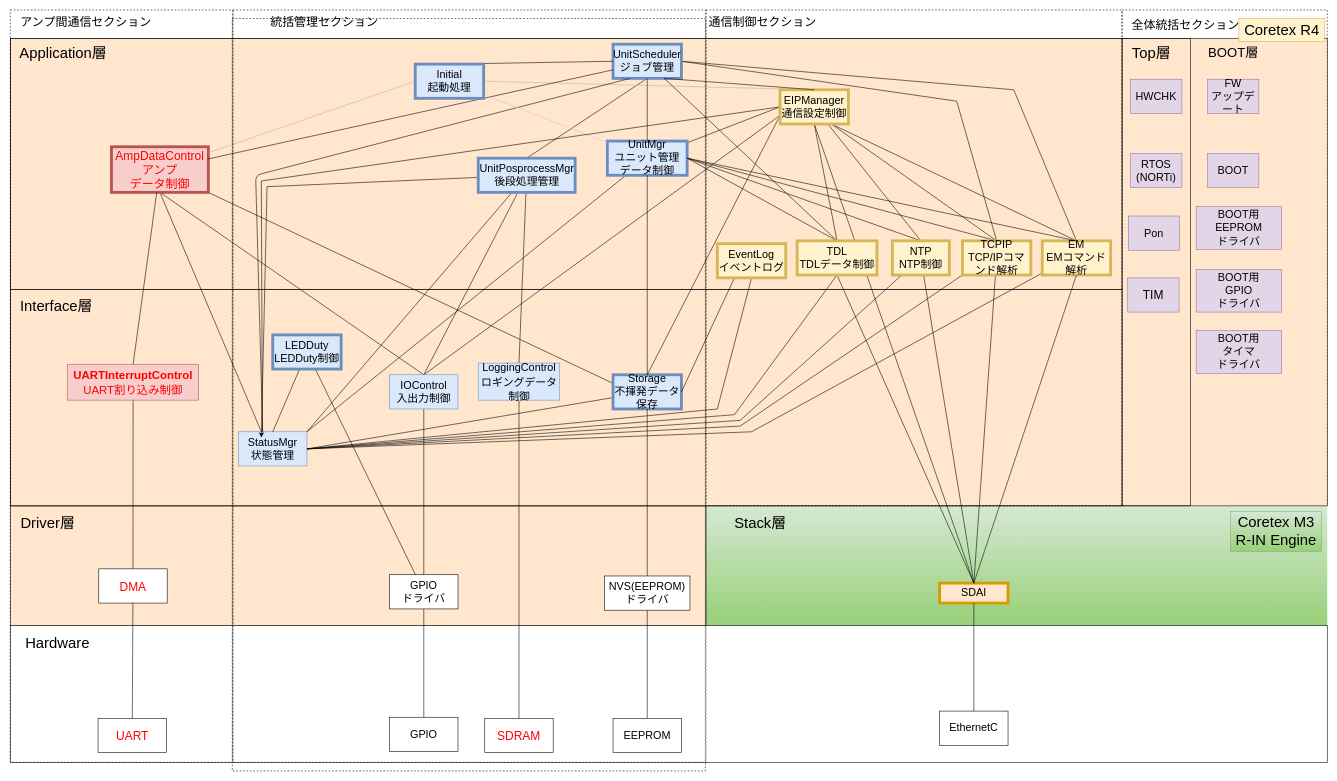
Earlier version of the draw.io diagram page "RevG_NewスマNWU静的構造_完全版" (1 of 4) of NWユニット_アーキテクチャ図.drawio (YutaSuzukiGARI/nwunit). Source tidied: cells renumbered, new cells numbered last; positions are measured from the earlier drawing's top-left corner, leaving out a move shared by most shapes. Both pictures are drawn from the tidied source at 57%, with x=0, y=0 at pixel (10, 10).
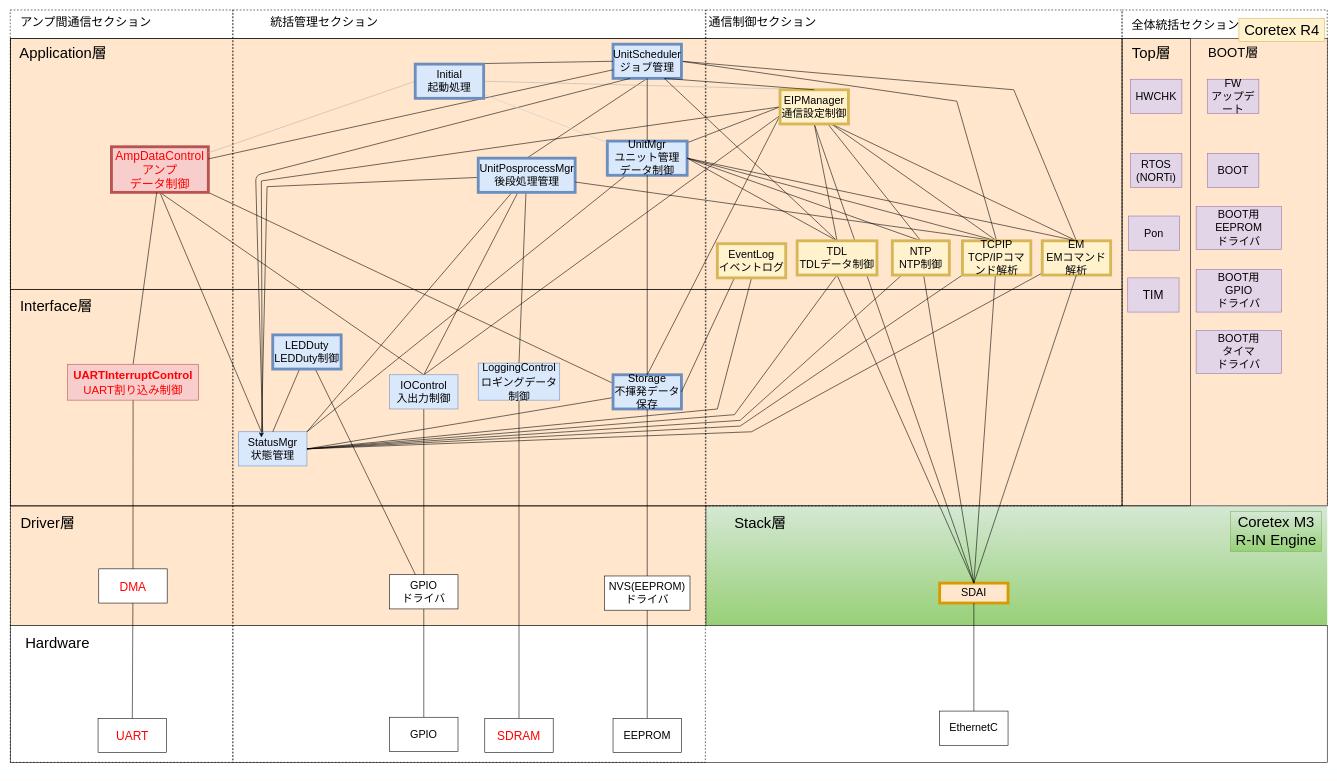
The same diagram, later.

Commit message:
TCPIPタスクから後段処理への線を追加

Unchanged cells that the change refers to:
```xml
<mxCell id="87" value="UnitPosprocessMgr&lt;br&gt;後段処理管理" style="rounded=0;whiteSpace=wrap;html=1;fillColor=#dae8fc;strokeColor=#6c8ebf;fontSize=19;strokeWidth=5;fontColor=default;" parent="1" vertex="1">
  <mxGeometry x="820.5" y="260" width="170" height="60" as="geometry" />
</mxCell>
<mxCell id="103" value="&lt;font style=&quot;font-size: 19px;&quot;&gt;TCPIP&lt;br style=&quot;font-size: 19px;&quot;&gt;TCP/IPコマンド解析&lt;/font&gt;" style="rounded=0;whiteSpace=wrap;html=1;fillColor=#fff2cc;strokeColor=#d6b656;fontSize=19;strokeWidth=5;fontColor=default;" parent="1" vertex="1">
  <mxGeometry x="1670" y="405" width="120" height="60" as="geometry" />
</mxCell>
```

Diff of the diagram source:
```diff
@@
+    <mxCell id="122" style="edgeStyle=none;rounded=0;jettySize=auto;html=1;exitX=0.5;exitY=0;exitDx=0;exitDy=0;endArrow=none;endFill=0;" parent="1" edge="1" source="103" target="87">
+      <mxGeometry relative="1" as="geometry" />
+    </mxCell>
@@
     <mxCell id="105" style="rounded=0;whiteSpace=wrap;html=1;fillColor=none;dashed=1;strokeColor=default;fontColor=default;" parent="1" vertex="1">
-      <mxGeometry x="390" width="830" height="1320" as="geometry" />
+      <mxGeometry x="390" width="829" height="1320" as="geometry" />
     </mxCell>
@@
-    <mxCell id="121" style="rounded=0;whiteSpace=wrap;html=1;fillColor=none;dashed=1;strokeColor=default;fontColor=default;" parent="1" vertex="1">
-      <mxGeometry x="389" y="15" width="830" height="1320" as="geometry" />
-    </mxCell>
```
